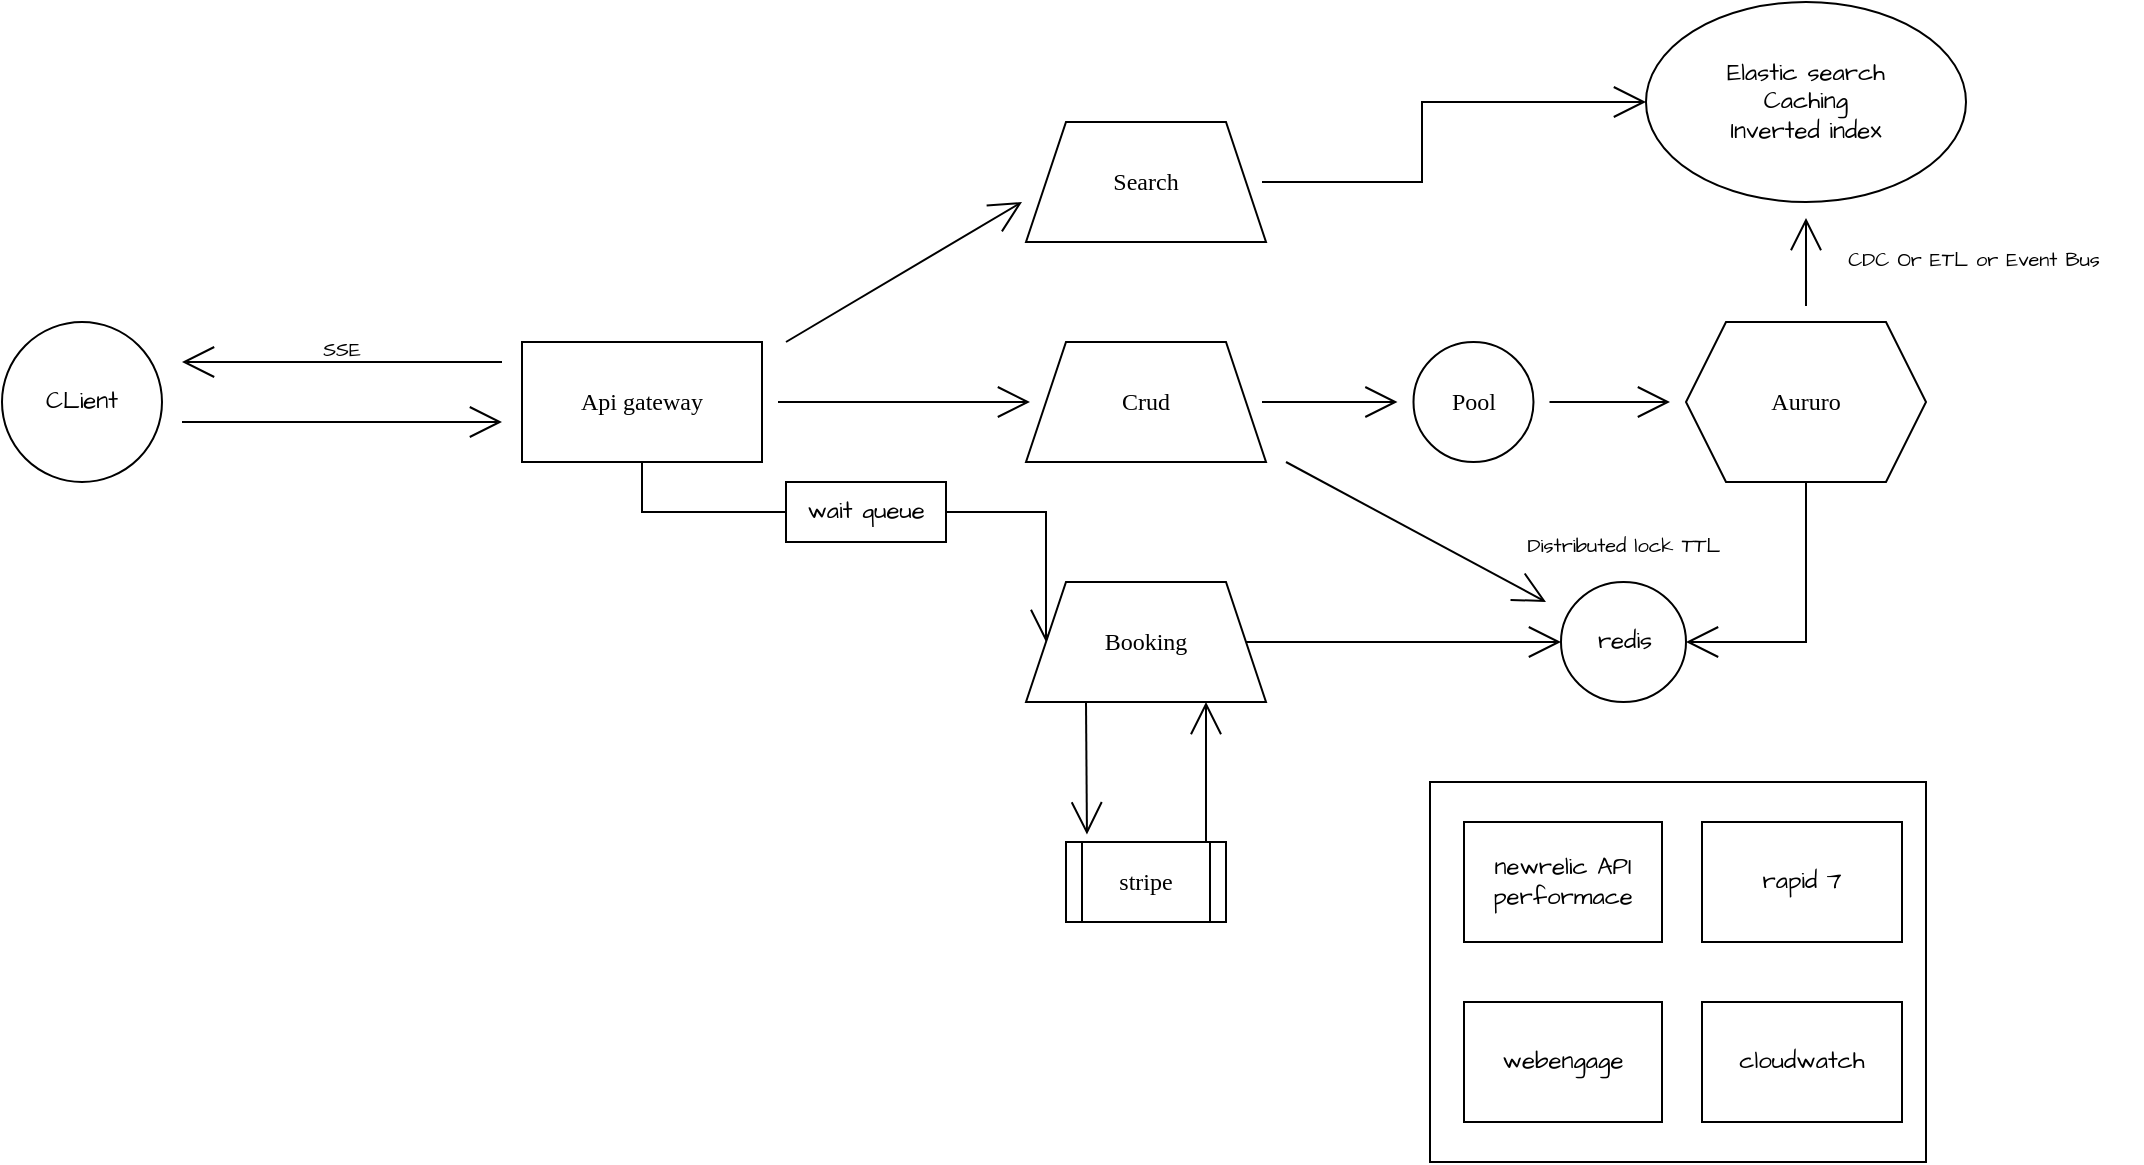
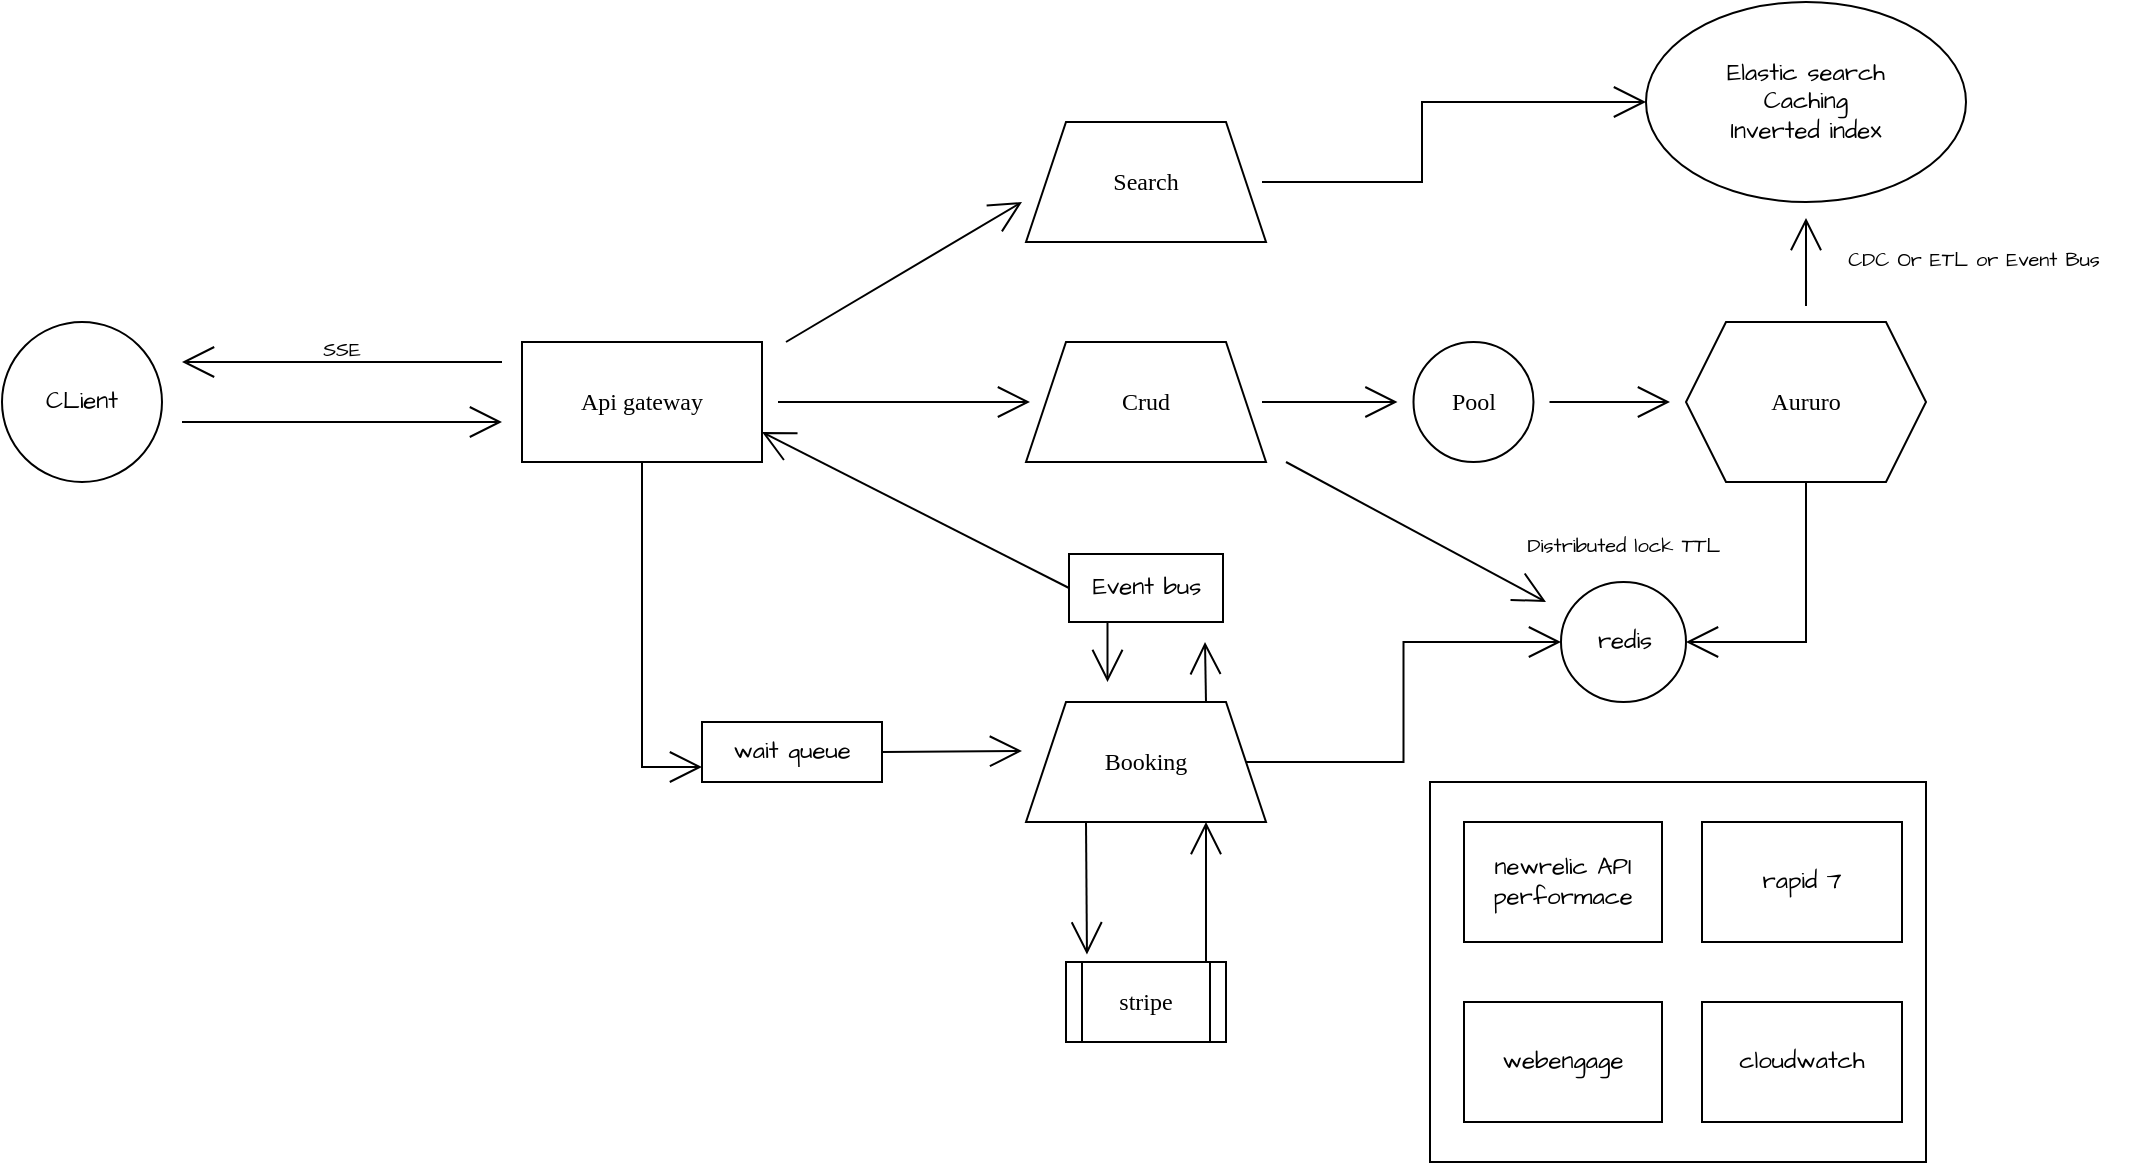
<mxfile host="app.diagrams.net" agent="5.0 (Windows NT 10.0; Win64; x64) AppleWebKit/537.36 (KHTML, like Gecko) Chrome/96.0.4664.93 Safari/537.36">
  <diagram id="Ht1M8jgEwFfnCIfOTk4-" name="Page-1">
    <mxGraphModel dx="1506" dy="688" grid="1" gridSize="10" guides="1" tooltips="1" connect="1" arrows="1" fold="1" page="1" pageScale="1" pageWidth="1169" pageHeight="827" math="0" shadow="0">
      <root>
        <mxCell id="0" />
        <mxCell id="1" parent="0" />
        <mxCell id="67bCBKCydI8KBQZZ1gRH-11" edge="1" parent="1" source="67bCBKCydI8KBQZZ1gRH-1" style="edgeStyle=none;curved=1;rounded=0;orthogonalLoop=1;jettySize=auto;html=1;fontFamily=Verdana;fontSize=16;startSize=14;endArrow=open;endSize=14;sourcePerimeterSpacing=8;targetPerimeterSpacing=8;" target="67bCBKCydI8KBQZZ1gRH-3" value="">
          <mxGeometry relative="1" as="geometry" />
        </mxCell>
-         <mxCell id="67bCBKCydI8KBQZZ1gRH-25" edge="1" parent="1" source="67bCBKCydI8KBQZZ1gRH-1" style="edgeStyle=orthogonalEdgeStyle;rounded=0;orthogonalLoop=1;jettySize=auto;html=1;exitX=0.5;exitY=1;exitDx=0;exitDy=0;entryX=0;entryY=0.5;entryDx=0;entryDy=0;fontFamily=Architects Daughter;fontSource=https%3A%2F%2Ffonts.googleapis.com%2Fcss%3Ffamily%3DArchitects%2BDaughter;fontSize=16;startSize=14;endArrow=open;endSize=14;sourcePerimeterSpacing=8;targetPerimeterSpacing=8;" target="67bCBKCydI8KBQZZ1gRH-4">
+         <mxCell id="67bCBKCydI8KBQZZ1gRH-68" edge="1" parent="1" source="67bCBKCydI8KBQZZ1gRH-1" style="edgeStyle=orthogonalEdgeStyle;rounded=0;orthogonalLoop=1;jettySize=auto;html=1;exitX=0.5;exitY=1;exitDx=0;exitDy=0;entryX=0;entryY=0.75;entryDx=0;entryDy=0;fontFamily=Architects Daughter;fontSource=https%3A%2F%2Ffonts.googleapis.com%2Fcss%3Ffamily%3DArchitects%2BDaughter;fontSize=16;startSize=14;endArrow=open;endSize=14;sourcePerimeterSpacing=8;targetPerimeterSpacing=8;" target="67bCBKCydI8KBQZZ1gRH-21">
          <mxGeometry relative="1" as="geometry" />
        </mxCell>
        <mxCell id="67bCBKCydI8KBQZZ1gRH-1" parent="1" style="rounded=0;whiteSpace=wrap;html=1;fontFamily=Verdana;" value="Api gateway" vertex="1">
          <mxGeometry height="60" width="120" x="330" y="330" as="geometry" />
        </mxCell>
        <mxCell id="67bCBKCydI8KBQZZ1gRH-30" edge="1" parent="1" source="67bCBKCydI8KBQZZ1gRH-2" style="edgeStyle=orthogonalEdgeStyle;rounded=0;orthogonalLoop=1;jettySize=auto;html=1;entryX=0;entryY=0.5;entryDx=0;entryDy=0;fontFamily=Architects Daughter;fontSource=https%3A%2F%2Ffonts.googleapis.com%2Fcss%3Ffamily%3DArchitects%2BDaughter;fontSize=16;startSize=14;endArrow=open;endSize=14;sourcePerimeterSpacing=8;targetPerimeterSpacing=8;" target="67bCBKCydI8KBQZZ1gRH-27">
          <mxGeometry relative="1" as="geometry">
            <Array as="points">
              <mxPoint x="780" y="250" />
              <mxPoint x="780" y="210" />
            </Array>
          </mxGeometry>
        </mxCell>
        <mxCell id="67bCBKCydI8KBQZZ1gRH-2" parent="1" style="shape=trapezoid;perimeter=trapezoidPerimeter;whiteSpace=wrap;html=1;fixedSize=1;fontFamily=Verdana;" value="Search" vertex="1">
          <mxGeometry height="60" width="120" x="582" y="220" as="geometry" />
        </mxCell>
        <mxCell id="67bCBKCydI8KBQZZ1gRH-14" edge="1" parent="1" source="67bCBKCydI8KBQZZ1gRH-15" style="edgeStyle=none;curved=1;rounded=0;orthogonalLoop=1;jettySize=auto;html=1;fontFamily=Verdana;fontSize=16;startSize=14;endArrow=open;endSize=14;sourcePerimeterSpacing=8;targetPerimeterSpacing=8;" target="67bCBKCydI8KBQZZ1gRH-13" value="">
          <mxGeometry relative="1" as="geometry" />
        </mxCell>
        <mxCell id="67bCBKCydI8KBQZZ1gRH-36" edge="1" parent="1" style="edgeStyle=none;curved=1;rounded=0;orthogonalLoop=1;jettySize=auto;html=1;fontFamily=Architects Daughter;fontSource=https%3A%2F%2Ffonts.googleapis.com%2Fcss%3Ffamily%3DArchitects%2BDaughter;fontSize=16;startSize=14;endArrow=open;endSize=14;sourcePerimeterSpacing=8;targetPerimeterSpacing=8;">
          <mxGeometry relative="1" as="geometry">
            <mxPoint x="712" y="390" as="sourcePoint" />
            <mxPoint x="842" y="460" as="targetPoint" />
          </mxGeometry>
        </mxCell>
        <mxCell id="67bCBKCydI8KBQZZ1gRH-3" parent="1" style="shape=trapezoid;perimeter=trapezoidPerimeter;whiteSpace=wrap;html=1;fixedSize=1;fontFamily=Verdana;" value="Crud" vertex="1">
          <mxGeometry height="60" width="120" x="582" y="330" as="geometry" />
        </mxCell>
-         <mxCell id="67bCBKCydI8KBQZZ1gRH-38" edge="1" parent="1" source="67bCBKCydI8KBQZZ1gRH-4" style="edgeStyle=none;curved=1;rounded=0;orthogonalLoop=1;jettySize=auto;html=1;exitX=1;exitY=0.5;exitDx=0;exitDy=0;entryX=0;entryY=0.5;entryDx=0;entryDy=0;fontFamily=Architects Daughter;fontSource=https%3A%2F%2Ffonts.googleapis.com%2Fcss%3Ffamily%3DArchitects%2BDaughter;fontSize=16;startSize=14;endArrow=open;endSize=14;sourcePerimeterSpacing=8;targetPerimeterSpacing=8;" target="67bCBKCydI8KBQZZ1gRH-18">
+         <mxCell id="67bCBKCydI8KBQZZ1gRH-38" edge="1" parent="1" source="67bCBKCydI8KBQZZ1gRH-4" style="edgeStyle=orthogonalEdgeStyle;rounded=0;orthogonalLoop=1;jettySize=auto;html=1;exitX=1;exitY=0.5;exitDx=0;exitDy=0;entryX=0;entryY=0.5;entryDx=0;entryDy=0;fontFamily=Architects Daughter;fontSource=https%3A%2F%2Ffonts.googleapis.com%2Fcss%3Ffamily%3DArchitects%2BDaughter;fontSize=16;startSize=14;endArrow=open;endSize=14;sourcePerimeterSpacing=8;targetPerimeterSpacing=8;" target="67bCBKCydI8KBQZZ1gRH-18">
          <mxGeometry relative="1" as="geometry" />
        </mxCell>
+         <mxCell id="67bCBKCydI8KBQZZ1gRH-72" edge="1" parent="1" source="67bCBKCydI8KBQZZ1gRH-4" style="edgeStyle=none;curved=1;rounded=0;orthogonalLoop=1;jettySize=auto;html=1;exitX=0.75;exitY=0;exitDx=0;exitDy=0;fontFamily=Architects Daughter;fontSource=https%3A%2F%2Ffonts.googleapis.com%2Fcss%3Ffamily%3DArchitects%2BDaughter;fontSize=16;startSize=14;endArrow=open;endSize=14;sourcePerimeterSpacing=8;targetPerimeterSpacing=8;">
+           <mxGeometry relative="1" as="geometry">
+             <mxPoint x="671.5" y="480" as="targetPoint" />
+           </mxGeometry>
+         </mxCell>
        <mxCell id="67bCBKCydI8KBQZZ1gRH-4" parent="1" style="shape=trapezoid;perimeter=trapezoidPerimeter;whiteSpace=wrap;html=1;fixedSize=1;fontFamily=Verdana;" value="Booking" vertex="1">
-           <mxGeometry height="60" width="120" x="582" y="450" as="geometry" />
+           <mxGeometry height="60" width="120" x="582" y="510" as="geometry" />
        </mxCell>
        <mxCell id="67bCBKCydI8KBQZZ1gRH-5" parent="1" style="shape=process;whiteSpace=wrap;html=1;backgroundOutline=1;fontFamily=Verdana;" value="stripe" vertex="1">
-           <mxGeometry height="40" width="80" x="602" y="580" as="geometry" />
+           <mxGeometry height="40" width="80" x="602" y="640" as="geometry" />
        </mxCell>
        <mxCell id="67bCBKCydI8KBQZZ1gRH-7" edge="1" parent="1" source="67bCBKCydI8KBQZZ1gRH-4" style="edgeStyle=none;curved=1;rounded=0;orthogonalLoop=1;jettySize=auto;html=1;exitX=0.25;exitY=1;exitDx=0;exitDy=0;entryX=0.131;entryY=-0.095;entryDx=0;entryDy=0;entryPerimeter=0;fontFamily=Verdana;fontSize=16;startSize=14;endArrow=open;endSize=14;sourcePerimeterSpacing=8;targetPerimeterSpacing=8;" target="67bCBKCydI8KBQZZ1gRH-5">
          <mxGeometry relative="1" as="geometry" />
        </mxCell>
        <mxCell id="67bCBKCydI8KBQZZ1gRH-8" edge="1" parent="1" style="edgeStyle=none;curved=1;rounded=0;orthogonalLoop=1;jettySize=auto;html=1;entryX=0.75;entryY=1;entryDx=0;entryDy=0;fontFamily=Verdana;fontSize=16;startSize=14;endArrow=open;endSize=14;sourcePerimeterSpacing=8;targetPerimeterSpacing=8;" target="67bCBKCydI8KBQZZ1gRH-4">
          <mxGeometry relative="1" as="geometry">
-             <mxPoint x="672" y="580" as="sourcePoint" />
+             <mxPoint x="672" y="640" as="sourcePoint" />
          </mxGeometry>
        </mxCell>
        <mxCell id="67bCBKCydI8KBQZZ1gRH-28" edge="1" parent="1" source="67bCBKCydI8KBQZZ1gRH-13" style="edgeStyle=none;curved=1;rounded=0;orthogonalLoop=1;jettySize=auto;html=1;fontFamily=Architects Daughter;fontSource=https%3A%2F%2Ffonts.googleapis.com%2Fcss%3Ffamily%3DArchitects%2BDaughter;fontSize=16;startSize=14;endArrow=open;endSize=14;sourcePerimeterSpacing=8;targetPerimeterSpacing=8;" target="67bCBKCydI8KBQZZ1gRH-27" value="">
          <mxGeometry relative="1" as="geometry" />
        </mxCell>
        <mxCell id="67bCBKCydI8KBQZZ1gRH-35" edge="1" parent="1" source="67bCBKCydI8KBQZZ1gRH-13" style="edgeStyle=orthogonalEdgeStyle;rounded=0;orthogonalLoop=1;jettySize=auto;html=1;exitX=0.5;exitY=1;exitDx=0;exitDy=0;entryX=1;entryY=0.5;entryDx=0;entryDy=0;fontFamily=Architects Daughter;fontSource=https%3A%2F%2Ffonts.googleapis.com%2Fcss%3Ffamily%3DArchitects%2BDaughter;fontSize=16;startSize=14;endArrow=open;endSize=14;sourcePerimeterSpacing=8;targetPerimeterSpacing=8;" target="67bCBKCydI8KBQZZ1gRH-18">
          <mxGeometry relative="1" as="geometry" />
        </mxCell>
        <mxCell id="67bCBKCydI8KBQZZ1gRH-13" parent="1" style="shape=hexagon;perimeter=hexagonPerimeter2;whiteSpace=wrap;html=1;fixedSize=1;fontFamily=Verdana;" value="Aururo" vertex="1">
          <mxGeometry height="80" width="120" x="912" y="320" as="geometry" />
        </mxCell>
        <mxCell id="67bCBKCydI8KBQZZ1gRH-16" edge="1" parent="1" source="67bCBKCydI8KBQZZ1gRH-3" style="edgeStyle=none;curved=1;rounded=0;orthogonalLoop=1;jettySize=auto;html=1;fontFamily=Verdana;fontSize=16;startSize=14;endArrow=open;endSize=14;sourcePerimeterSpacing=8;targetPerimeterSpacing=8;" target="67bCBKCydI8KBQZZ1gRH-15" value="">
          <mxGeometry relative="1" as="geometry">
            <mxPoint x="700" y="360" as="sourcePoint" />
            <mxPoint x="904" y="360" as="targetPoint" />
          </mxGeometry>
        </mxCell>
        <mxCell id="67bCBKCydI8KBQZZ1gRH-15" parent="1" style="ellipse;whiteSpace=wrap;html=1;fontFamily=Verdana;" value="Pool" vertex="1">
          <mxGeometry height="60" width="60" x="775.75" y="330" as="geometry" />
        </mxCell>
        <mxCell id="67bCBKCydI8KBQZZ1gRH-18" parent="1" style="ellipse;whiteSpace=wrap;html=1;fontFamily=Architects Daughter;fontSource=https%3A%2F%2Ffonts.googleapis.com%2Fcss%3Ffamily%3DArchitects%2BDaughter;" value="redis" vertex="1">
          <mxGeometry height="60" width="62.5" x="849.5" y="450" as="geometry" />
        </mxCell>
        <mxCell id="67bCBKCydI8KBQZZ1gRH-20" parent="1" style="text;html=1;whiteSpace=wrap;strokeColor=none;fillColor=none;align=center;verticalAlign=middle;rounded=0;fontSize=20;fontFamily=Architects Daughter;fontSource=https%3A%2F%2Ffonts.googleapis.com%2Fcss%3Ffamily%3DArchitects%2BDaughter;" value="&lt;font style=&quot;font-size: 10px;&quot;&gt;Distributed lock TTL&lt;/font&gt;" vertex="1">
          <mxGeometry height="16" width="116.25" x="822.62" y="420" as="geometry" />
        </mxCell>
+         <mxCell id="67bCBKCydI8KBQZZ1gRH-69" edge="1" parent="1" source="67bCBKCydI8KBQZZ1gRH-21" style="edgeStyle=none;curved=1;rounded=0;orthogonalLoop=1;jettySize=auto;html=1;exitX=1;exitY=0.5;exitDx=0;exitDy=0;fontFamily=Architects Daughter;fontSource=https%3A%2F%2Ffonts.googleapis.com%2Fcss%3Ffamily%3DArchitects%2BDaughter;fontSize=16;startSize=14;endArrow=open;endSize=14;sourcePerimeterSpacing=8;targetPerimeterSpacing=8;">
+           <mxGeometry relative="1" as="geometry">
+             <mxPoint x="580" y="534.5" as="targetPoint" />
+           </mxGeometry>
+         </mxCell>
        <mxCell id="67bCBKCydI8KBQZZ1gRH-21" parent="1" style="rounded=0;whiteSpace=wrap;html=1;fontFamily=Architects Daughter;fontSource=https%3A%2F%2Ffonts.googleapis.com%2Fcss%3Ffamily%3DArchitects%2BDaughter;" value="wait queue" vertex="1">
-           <mxGeometry height="30" width="80" x="462" y="400" as="geometry" />
+           <mxGeometry height="30" width="90" x="420" y="520" as="geometry" />
        </mxCell>
        <mxCell id="67bCBKCydI8KBQZZ1gRH-27" parent="1" style="ellipse;whiteSpace=wrap;html=1;fontFamily=Architects Daughter;fontSource=https%3A%2F%2Ffonts.googleapis.com%2Fcss%3Ffamily%3DArchitects%2BDaughter;" value="Elastic search&lt;br&gt;Caching&lt;br&gt;Inverted index" vertex="1">
          <mxGeometry height="100" width="160" x="892" y="160" as="geometry" />
        </mxCell>
        <mxCell id="67bCBKCydI8KBQZZ1gRH-29" parent="1" style="text;html=1;whiteSpace=wrap;strokeColor=none;fillColor=none;align=center;verticalAlign=middle;rounded=0;fontSize=20;fontFamily=Architects Daughter;fontSource=https%3A%2F%2Ffonts.googleapis.com%2Fcss%3Ffamily%3DArchitects%2BDaughter;" value="&lt;font style=&quot;font-size: 10px;&quot;&gt;CDC Or ETL or Event Bus&lt;/font&gt;" vertex="1">
          <mxGeometry height="30" width="168" x="972" y="270" as="geometry" />
        </mxCell>
        <mxCell id="67bCBKCydI8KBQZZ1gRH-34" edge="1" parent="1" style="edgeStyle=none;curved=1;rounded=0;orthogonalLoop=1;jettySize=auto;html=1;fontFamily=Verdana;fontSize=16;startSize=14;endArrow=open;endSize=14;sourcePerimeterSpacing=8;targetPerimeterSpacing=8;" value="">
          <mxGeometry relative="1" as="geometry">
            <mxPoint x="462" y="330" as="sourcePoint" />
            <mxPoint x="580" y="260" as="targetPoint" />
          </mxGeometry>
        </mxCell>
        <mxCell id="67bCBKCydI8KBQZZ1gRH-39" parent="1" style="ellipse;whiteSpace=wrap;html=1;fontFamily=Architects Daughter;fontSource=https%3A%2F%2Ffonts.googleapis.com%2Fcss%3Ffamily%3DArchitects%2BDaughter;" value="CLient" vertex="1">
          <mxGeometry height="80" width="80" x="70" y="320" as="geometry" />
        </mxCell>
        <mxCell id="67bCBKCydI8KBQZZ1gRH-46" edge="1" parent="1" style="edgeStyle=none;orthogonalLoop=1;jettySize=auto;html=1;rounded=0;fontFamily=Architects Daughter;fontSource=https%3A%2F%2Ffonts.googleapis.com%2Fcss%3Ffamily%3DArchitects%2BDaughter;fontSize=16;startSize=14;endArrow=open;endSize=14;sourcePerimeterSpacing=8;targetPerimeterSpacing=8;curved=1;" value="">
          <mxGeometry relative="1" width="140" as="geometry">
            <Array as="points" />
            <mxPoint x="160" y="370" as="sourcePoint" />
            <mxPoint x="320" y="370" as="targetPoint" />
          </mxGeometry>
        </mxCell>
        <mxCell id="67bCBKCydI8KBQZZ1gRH-47" edge="1" parent="1" style="edgeStyle=none;orthogonalLoop=1;jettySize=auto;html=1;rounded=0;fontFamily=Architects Daughter;fontSource=https%3A%2F%2Ffonts.googleapis.com%2Fcss%3Ffamily%3DArchitects%2BDaughter;fontSize=16;startSize=14;endArrow=open;endSize=14;sourcePerimeterSpacing=8;targetPerimeterSpacing=8;curved=1;" value="">
          <mxGeometry relative="1" width="140" as="geometry">
            <Array as="points" />
            <mxPoint x="320" y="340" as="sourcePoint" />
            <mxPoint x="160" y="340" as="targetPoint" />
          </mxGeometry>
        </mxCell>
        <mxCell id="67bCBKCydI8KBQZZ1gRH-48" parent="1" style="text;html=1;whiteSpace=wrap;strokeColor=none;fillColor=none;align=center;verticalAlign=middle;rounded=0;fontSize=20;fontFamily=Architects Daughter;fontSource=https%3A%2F%2Ffonts.googleapis.com%2Fcss%3Ffamily%3DArchitects%2BDaughter;" value="&lt;font style=&quot;font-size: 10px;&quot;&gt;SSE&lt;/font&gt;" vertex="1">
          <mxGeometry height="20" width="40" x="220" y="320" as="geometry" />
        </mxCell>
        <mxCell id="67bCBKCydI8KBQZZ1gRH-61" parent="1" style="rounded=0;whiteSpace=wrap;html=1;fontFamily=Architects Daughter;fontSource=https%3A%2F%2Ffonts.googleapis.com%2Fcss%3Ffamily%3DArchitects%2BDaughter;" value="" vertex="1">
          <mxGeometry height="190" width="248" x="784" y="550" as="geometry" />
        </mxCell>
        <mxCell id="67bCBKCydI8KBQZZ1gRH-62" parent="1" style="rounded=0;whiteSpace=wrap;html=1;fontFamily=Architects Daughter;fontSource=https%3A%2F%2Ffonts.googleapis.com%2Fcss%3Ffamily%3DArchitects%2BDaughter;" value="newrelic API performace" vertex="1">
          <mxGeometry height="60" width="99" x="801" y="570" as="geometry" />
        </mxCell>
        <mxCell id="67bCBKCydI8KBQZZ1gRH-64" parent="1" style="rounded=0;whiteSpace=wrap;html=1;fontFamily=Architects Daughter;fontSource=https%3A%2F%2Ffonts.googleapis.com%2Fcss%3Ffamily%3DArchitects%2BDaughter;" value="rapid 7" vertex="1">
          <mxGeometry height="60" width="100" x="920" y="570" as="geometry" />
        </mxCell>
        <mxCell id="67bCBKCydI8KBQZZ1gRH-66" parent="1" style="rounded=0;whiteSpace=wrap;html=1;fontFamily=Architects Daughter;fontSource=https%3A%2F%2Ffonts.googleapis.com%2Fcss%3Ffamily%3DArchitects%2BDaughter;" value="webengage" vertex="1">
          <mxGeometry height="60" width="99" x="801" y="660" as="geometry" />
        </mxCell>
        <mxCell id="67bCBKCydI8KBQZZ1gRH-67" parent="1" style="rounded=0;whiteSpace=wrap;html=1;fontFamily=Architects Daughter;fontSource=https%3A%2F%2Ffonts.googleapis.com%2Fcss%3Ffamily%3DArchitects%2BDaughter;" value="cloudwatch" vertex="1">
          <mxGeometry height="60" width="100" x="920" y="660" as="geometry" />
        </mxCell>
+         <mxCell id="67bCBKCydI8KBQZZ1gRH-71" edge="1" parent="1" source="67bCBKCydI8KBQZZ1gRH-70" style="edgeStyle=none;curved=1;rounded=0;orthogonalLoop=1;jettySize=auto;html=1;exitX=0.25;exitY=1;exitDx=0;exitDy=0;fontFamily=Architects Daughter;fontSource=https%3A%2F%2Ffonts.googleapis.com%2Fcss%3Ffamily%3DArchitects%2BDaughter;fontSize=16;startSize=14;endArrow=open;endSize=14;sourcePerimeterSpacing=8;targetPerimeterSpacing=8;">
+           <mxGeometry relative="1" as="geometry">
+             <mxPoint x="622.75" y="500" as="targetPoint" />
+           </mxGeometry>
+         </mxCell>
+         <mxCell id="67bCBKCydI8KBQZZ1gRH-73" edge="1" parent="1" source="67bCBKCydI8KBQZZ1gRH-70" style="edgeStyle=none;curved=1;rounded=0;orthogonalLoop=1;jettySize=auto;html=1;exitX=0;exitY=0.5;exitDx=0;exitDy=0;entryX=1;entryY=0.75;entryDx=0;entryDy=0;fontFamily=Architects Daughter;fontSource=https%3A%2F%2Ffonts.googleapis.com%2Fcss%3Ffamily%3DArchitects%2BDaughter;fontSize=16;startSize=14;endArrow=open;endSize=14;sourcePerimeterSpacing=8;targetPerimeterSpacing=8;" target="67bCBKCydI8KBQZZ1gRH-1">
+           <mxGeometry relative="1" as="geometry" />
+         </mxCell>
+         <mxCell id="67bCBKCydI8KBQZZ1gRH-70" parent="1" style="rounded=0;whiteSpace=wrap;html=1;fontFamily=Architects Daughter;fontSource=https%3A%2F%2Ffonts.googleapis.com%2Fcss%3Ffamily%3DArchitects%2BDaughter;" value="Event bus" vertex="1">
+           <mxGeometry height="34" width="77" x="603.5" y="436" as="geometry" />
+         </mxCell>
      </root>
    </mxGraphModel>
  </diagram>
</mxfile>
